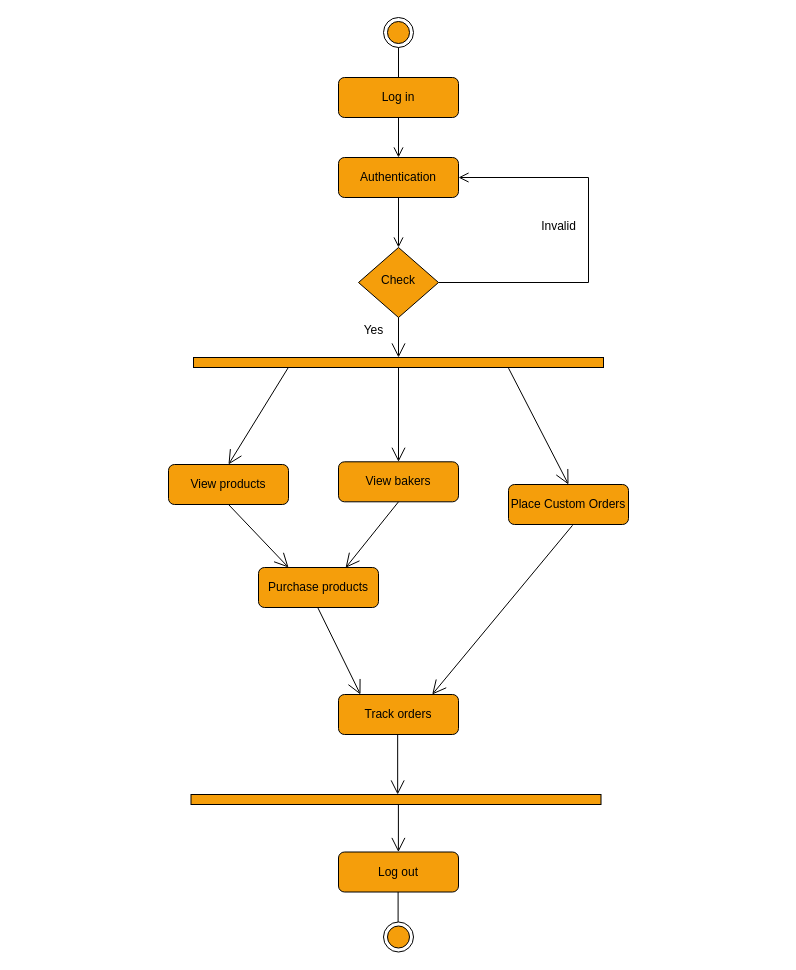
Before: UML/User Activity Diagram.drawio in AnuElizaK/BakeJourney, a draw.io diagram. Source tidied: cells renumbered, new cells numbered last; positions are measured from the earlier drawing's top-left corner, leaving out a move shared by most shapes. Both pictures are drawn from the tidied source at 100%, with x=0, y=0 at pixel (168, 17).
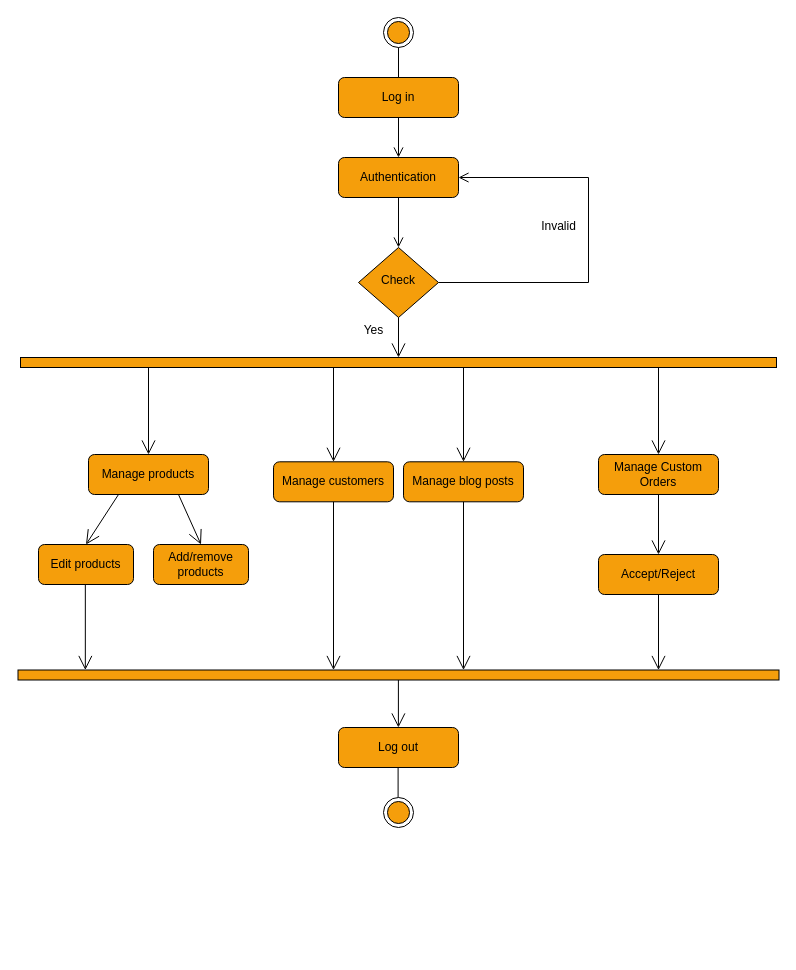
The same page after the edit.

The change refers to these unchanged cells:
```xml
<mxCell id="3" value="&lt;font style=&quot;color: light-dark(rgb(0, 0, 0), rgb(0, 0, 0));&quot;&gt;Log in&lt;/font&gt;" style="rounded=1;whiteSpace=wrap;html=1;fontSize=12;glass=0;strokeWidth=1;shadow=0;fillColor=light-dark(#F59E0B,#F59E0B);strokeColor=light-dark(#000000,#000000);" parent="1" vertex="1">
  <mxGeometry x="170" y="60" width="120" height="40" as="geometry" />
</mxCell>
<mxCell id="5" value="&lt;font style=&quot;color: light-dark(rgb(0, 0, 0), rgb(0, 0, 0));&quot;&gt;Check&lt;/font&gt;" style="rhombus;whiteSpace=wrap;html=1;shadow=0;fontFamily=Helvetica;fontSize=12;align=center;strokeWidth=1;spacing=6;spacingTop=-4;fillColor=light-dark(#F59E0B,#F59E0B);strokeColor=light-dark(#000000,#000000);" parent="1" vertex="1">
  <mxGeometry x="190" y="230" width="80" height="70" as="geometry" />
</mxCell>
```

Diff of the diagram source:
```diff
@@
-<mxGraphModel>
+<mxGraphModel background="light-dark(#FFFFFF,#FFFFFF)">
@@
     <mxCell id="6" value="&lt;font style=&quot;color: light-dark(rgb(0, 0, 0), rgb(0, 0, 0));&quot;&gt;Log out&lt;/font&gt;" style="rounded=1;whiteSpace=wrap;html=1;fontSize=12;glass=0;strokeWidth=1;shadow=0;strokeColor=light-dark(#000000,#000000);fillColor=light-dark(#F59E0B,#F59E0B);" parent="1" vertex="1">
-      <mxGeometry x="170" y="834.5" width="120" height="40" as="geometry" />
+      <mxGeometry x="170" y="710" width="120" height="40" as="geometry" />
     </mxCell>
-    <mxCell id="7" style="ellipse;html=1;shape=endState;fillColor=light-dark(#F59E0B,#F59E0B);strokeColor=light-dark(#000000,#000000);" parent="1" vertex="1">
-      <mxGeometry x="215" width="30" height="30" as="geometry" />
-    </mxCell>
-    <mxCell id="8" style="endArrow=none;html=1;rounded=0;strokeColor=light-dark(#000000,#000000);entryX=0.5;entryY=1;entryDx=0;entryDy=0;exitX=0.5;exitY=0;exitDx=0;exitDy=0;" parent="1" edge="1" source="3" target="7">
-      <mxGeometry relative="1" as="geometry" />
-    </mxCell>
-    <mxCell id="9" style="ellipse;html=1;shape=endState;fillColor=light-dark(#F59E0B,#F59E0B);strokeColor=light-dark(#000000,#000000);" parent="1" vertex="1">
-      <mxGeometry x="215" y="904.5" width="30" height="30" as="geometry" />
-    </mxCell>
+    <mxCell id="31" style="ellipse;html=1;shape=endState;fillColor=light-dark(#F59E0B,#F59E0B);strokeColor=light-dark(#000000,#000000);" parent="1" vertex="1">
+      <mxGeometry x="215" width="30" height="30" as="geometry" />
+    </mxCell>
+    <mxCell id="32" style="endArrow=none;html=1;rounded=0;strokeColor=light-dark(#000000,#000000);entryX=0.5;entryY=1;entryDx=0;entryDy=0;exitX=0.5;exitY=0;exitDx=0;exitDy=0;" parent="1" edge="1" source="3" target="31">
+      <mxGeometry relative="1" as="geometry" />
+    </mxCell>
+    <mxCell id="33" style="ellipse;html=1;shape=endState;fillColor=light-dark(#F59E0B,#F59E0B);strokeColor=light-dark(#000000,#000000);" parent="1" vertex="1">
+      <mxGeometry x="215" y="780" width="30" height="30" as="geometry" />
+    </mxCell>
@@
-    <mxCell id="12" style="html=1;points=[[0,0,0,0,5],[0,1,0,0,-5],[1,0,0,0,5],[1,1,0,0,-5]];perimeter=orthogonalPerimeter;outlineConnect=0;targetShapes=umlLifeline;portConstraint=eastwest;newEdgeStyle={&quot;curved&quot;:0,&quot;rounded&quot;:0};rotation=-90;strokeColor=light-dark(#000000,#000000);fillColor=light-dark(#F59E0B,#F59E0B);" parent="1" vertex="1">
-      <mxGeometry x="225" y="140" width="10" height="410" as="geometry" />
-    </mxCell>
-    <mxCell id="13" value="&lt;font style=&quot;color: light-dark(rgb(0, 0, 0), rgb(0, 0, 0));&quot;&gt;View products&lt;/font&gt;" style="rounded=1;whiteSpace=wrap;html=1;fontSize=12;glass=0;strokeWidth=1;shadow=0;fillColor=light-dark(#F59E0B,#F59E0B);strokeColor=light-dark(#000000,#000000);" parent="1" vertex="1">
-      <mxGeometry y="447" width="120" height="40" as="geometry" />
-    </mxCell>
-    <mxCell id="14" style="endArrow=open;endFill=1;endSize=12;html=1;rounded=0;strokeColor=light-dark(#000000,#000000);entryX=0.5;entryY=0;entryDx=0;entryDy=0;exitX=0.034;exitY=0.378;exitDx=0;exitDy=0;exitPerimeter=0;" parent="1" edge="1" target="13">
-      <mxGeometry relative="1" as="geometry">
-        <mxPoint x="120" y="349.7" as="sourcePoint" />
-      </mxGeometry>
-    </mxCell>
-    <mxCell id="15" style="endArrow=open;endFill=1;endSize=12;html=1;rounded=0;strokeColor=light-dark(#000000,#000000);exitX=0.5;exitY=1;exitDx=0;exitDy=0;entryX=0.25;entryY=0;entryDx=0;entryDy=0;" parent="1" edge="1" source="13" target="16">
-      <mxGeometry relative="1" as="geometry" />
-    </mxCell>
-    <mxCell id="16" value="&lt;font style=&quot;color: light-dark(rgb(0, 0, 0), rgb(0, 0, 0));&quot;&gt;Purchase products&lt;/font&gt;" style="rounded=1;whiteSpace=wrap;html=1;fontSize=12;glass=0;strokeWidth=1;shadow=0;strokeColor=light-dark(#000000,#000000);fillColor=light-dark(#F59E0B,#F59E0B);" parent="1" vertex="1">
-      <mxGeometry x="90" y="550" width="120" height="40" as="geometry" />
-    </mxCell>
-    <mxCell id="17" style="html=1;points=[[0,0,0,0,5],[0,1,0,0,-5],[1,0,0,0,5],[1,1,0,0,-5]];perimeter=orthogonalPerimeter;outlineConnect=0;targetShapes=umlLifeline;portConstraint=eastwest;newEdgeStyle={&quot;curved&quot;:0,&quot;rounded&quot;:0};rotation=-90;strokeColor=light-dark(#000000,#000000);fillColor=light-dark(#F59E0B,#F59E0B);" parent="1" vertex="1">
-      <mxGeometry x="222.5" y="577" width="10" height="410" as="geometry" />
-    </mxCell>
-    <mxCell id="18" style="endArrow=open;endFill=1;endSize=12;html=1;rounded=0;exitX=0.5;exitY=1;exitDx=0;exitDy=0;strokeColor=light-dark(#000000,#000000);" parent="1" edge="1" source="5" target="12">
-      <mxGeometry relative="1" as="geometry" />
-    </mxCell>
-    <mxCell id="19" value="&lt;font style=&quot;color: light-dark(rgb(0, 0, 0), rgb(0, 0, 0));&quot;&gt;Place Custom Orders&lt;/font&gt;" style="rounded=1;whiteSpace=wrap;html=1;fontSize=12;glass=0;strokeWidth=1;shadow=0;fillColor=light-dark(#F59E0B,#F59E0B);strokeColor=light-dark(#000000,#000000);" parent="1" vertex="1">
-      <mxGeometry x="340" y="467" width="120" height="40" as="geometry" />
-    </mxCell>
-    <mxCell id="20" style="endArrow=open;endFill=1;endSize=12;html=1;rounded=0;strokeColor=light-dark(#000000,#000000);entryX=0.5;entryY=0;entryDx=0;entryDy=0;exitX=-0.059;exitY=0.622;exitDx=0;exitDy=0;exitPerimeter=0;" parent="1" edge="1" target="19">
-      <mxGeometry relative="1" as="geometry">
-        <mxPoint x="340" y="350.6" as="sourcePoint" />
-      </mxGeometry>
-    </mxCell>
-    <mxCell id="21" style="endArrow=open;endFill=1;endSize=12;html=1;rounded=0;strokeColor=light-dark(#000000,#000000);exitX=0.534;exitY=1.019;exitDx=0;exitDy=0;exitPerimeter=0;entryX=0.781;entryY=0;entryDx=0;entryDy=0;entryPerimeter=0;" parent="1" edge="1" source="19" target="29">
-      <mxGeometry relative="1" as="geometry" />
-    </mxCell>
+    <mxCell id="34" style="html=1;points=[[0,0,0,0,5],[0,1,0,0,-5],[1,0,0,0,5],[1,1,0,0,-5]];perimeter=orthogonalPerimeter;outlineConnect=0;targetShapes=umlLifeline;portConstraint=eastwest;newEdgeStyle={&quot;curved&quot;:0,&quot;rounded&quot;:0};rotation=-90;strokeColor=light-dark(#000000,#000000);fillColor=light-dark(#F59E0B,#F59E0B);" parent="1" vertex="1">
+      <mxGeometry x="225" y="-33" width="10" height="756" as="geometry" />
+    </mxCell>
+    <mxCell id="35" value="&lt;font style=&quot;color: light-dark(rgb(0, 0, 0), rgb(0, 0, 0));&quot;&gt;Manage products&lt;/font&gt;" style="rounded=1;whiteSpace=wrap;html=1;fontSize=12;glass=0;strokeWidth=1;shadow=0;fillColor=light-dark(#F59E0B,#F59E0B);strokeColor=light-dark(#000000,#000000);" parent="1" vertex="1">
+      <mxGeometry x="-80" y="437" width="120" height="40" as="geometry" />
+    </mxCell>
+    <mxCell id="36" style="endArrow=open;endFill=1;endSize=12;html=1;rounded=0;strokeColor=light-dark(#000000,#000000);entryX=0.5;entryY=0;entryDx=0;entryDy=0;" parent="1" edge="1" source="34" target="35">
+      <mxGeometry relative="1" as="geometry" />
+    </mxCell>
+    <mxCell id="37" style="endArrow=open;endFill=1;endSize=12;html=1;rounded=0;strokeColor=light-dark(#000000,#000000);exitX=0.25;exitY=1;exitDx=0;exitDy=0;entryX=0.5;entryY=0;entryDx=0;entryDy=0;" parent="1" edge="1" source="35" target="38">
+      <mxGeometry relative="1" as="geometry" />
+    </mxCell>
+    <mxCell id="38" value="&lt;font style=&quot;color: light-dark(rgb(0, 0, 0), rgb(0, 0, 0));&quot;&gt;Edit products&lt;/font&gt;" style="rounded=1;whiteSpace=wrap;html=1;fontSize=12;glass=0;strokeWidth=1;shadow=0;strokeColor=light-dark(#000000,#000000);fillColor=light-dark(#F59E0B,#F59E0B);" parent="1" vertex="1">
+      <mxGeometry x="-130" y="527" width="95" height="40" as="geometry" />
+    </mxCell>
+    <mxCell id="39" style="html=1;points=[[0,0,0,0,5],[0,1,0,0,-5],[1,0,0,0,5],[1,1,0,0,-5]];perimeter=orthogonalPerimeter;outlineConnect=0;targetShapes=umlLifeline;portConstraint=eastwest;newEdgeStyle={&quot;curved&quot;:0,&quot;rounded&quot;:0};rotation=-90;strokeColor=light-dark(#000000,#000000);fillColor=light-dark(#F59E0B,#F59E0B);" parent="1" vertex="1">
+      <mxGeometry x="225" y="277" width="10" height="761" as="geometry" />
+    </mxCell>
+    <mxCell id="40" style="endArrow=open;endFill=1;endSize=12;html=1;rounded=0;exitX=0.5;exitY=1;exitDx=0;exitDy=0;strokeColor=light-dark(#000000,#000000);" parent="1" edge="1" source="5" target="34">
+      <mxGeometry relative="1" as="geometry" />
+    </mxCell>
+    <mxCell id="41" value="&lt;font style=&quot;color: light-dark(rgb(0, 0, 0), rgb(0, 0, 0));&quot;&gt;Manage Custom Orders&lt;/font&gt;" style="rounded=1;whiteSpace=wrap;html=1;fontSize=12;glass=0;strokeWidth=1;shadow=0;fillColor=light-dark(#F59E0B,#F59E0B);strokeColor=light-dark(#000000,#000000);" parent="1" vertex="1">
+      <mxGeometry x="430" y="437" width="120" height="40" as="geometry" />
+    </mxCell>
+    <mxCell id="42" style="endArrow=open;endFill=1;endSize=12;html=1;rounded=0;strokeColor=light-dark(#000000,#000000);entryX=0.5;entryY=0;entryDx=0;entryDy=0;" parent="1" edge="1" source="34" target="41">
+      <mxGeometry relative="1" as="geometry" />
+    </mxCell>
+    <mxCell id="43" style="endArrow=open;endFill=1;endSize=12;html=1;rounded=0;strokeColor=light-dark(#000000,#000000);exitX=0.5;exitY=1;exitDx=0;exitDy=0;entryX=0.5;entryY=0;entryDx=0;entryDy=0;" parent="1" edge="1" source="41" target="52">
+      <mxGeometry relative="1" as="geometry" />
+    </mxCell>
@@
-    <mxCell id="23" style="endArrow=none;html=1;rounded=0;strokeColor=light-dark(#000000,#000000);entryX=0.5;entryY=1;entryDx=0;entryDy=0;exitX=0.5;exitY=0;exitDx=0;exitDy=0;" parent="1" edge="1">
-      <mxGeometry relative="1" as="geometry">
-        <mxPoint x="229.6" y="904.5" as="sourcePoint" />
-        <mxPoint x="229.6" y="874.5" as="targetPoint" />
-      </mxGeometry>
-    </mxCell>
-    <mxCell id="24" style="endArrow=open;endFill=1;endSize=12;html=1;rounded=0;strokeColor=light-dark(#000000,#000000);entryX=0.183;entryY=0;entryDx=0;entryDy=0;entryPerimeter=0;exitX=0.493;exitY=0.997;exitDx=0;exitDy=0;exitPerimeter=0;" parent="1" edge="1" source="16" target="29">
-      <mxGeometry relative="1" as="geometry" />
-    </mxCell>
-    <mxCell id="25" style="endArrow=open;endFill=1;endSize=12;html=1;rounded=0;strokeColor=light-dark(#000000,#000000);" parent="1" edge="1" source="17">
-      <mxGeometry relative="1" as="geometry">
-        <mxPoint x="229.9" y="834.5" as="targetPoint" />
-      </mxGeometry>
-    </mxCell>
-    <mxCell id="26" value="&lt;font style=&quot;color: light-dark(rgb(0, 0, 0), rgb(0, 0, 0));&quot;&gt;View bakers&lt;/font&gt;" style="rounded=1;whiteSpace=wrap;html=1;fontSize=12;glass=0;strokeWidth=1;shadow=0;fillColor=light-dark(#F59E0B,#F59E0B);strokeColor=light-dark(#000000,#000000);" parent="1" vertex="1">
-      <mxGeometry x="170" y="444.3" width="120" height="40" as="geometry" />
-    </mxCell>
-    <mxCell id="27" style="endArrow=open;endFill=1;endSize=12;html=1;rounded=0;strokeColor=light-dark(#000000,#000000);entryX=0.5;entryY=0;entryDx=0;entryDy=0;" parent="1" edge="1" target="26">
-      <mxGeometry relative="1" as="geometry">
-        <mxPoint x="230" y="350" as="sourcePoint" />
-      </mxGeometry>
-    </mxCell>
-    <mxCell id="28" style="endArrow=open;endFill=1;endSize=12;html=1;rounded=0;strokeColor=light-dark(#000000,#000000);exitX=0.5;exitY=1;exitDx=0;exitDy=0;entryX=0.726;entryY=0.007;entryDx=0;entryDy=0;entryPerimeter=0;" parent="1" edge="1" source="26" target="16">
-      <mxGeometry relative="1" as="geometry" />
-    </mxCell>
-    <mxCell id="29" value="&lt;font style=&quot;color: light-dark(rgb(0, 0, 0), rgb(0, 0, 0));&quot;&gt;Track orders&lt;/font&gt;" style="rounded=1;whiteSpace=wrap;html=1;fontSize=12;glass=0;strokeWidth=1;shadow=0;strokeColor=light-dark(#000000,#000000);fillColor=light-dark(#F59E0B,#F59E0B);" parent="1" vertex="1">
-      <mxGeometry x="170" y="677" width="120" height="40" as="geometry" />
-    </mxCell>
-    <mxCell id="30" style="endArrow=open;endFill=1;endSize=12;html=1;rounded=0;strokeColor=light-dark(#000000,#000000);exitX=0.493;exitY=0.997;exitDx=0;exitDy=0;exitPerimeter=0;" parent="1" edge="1" source="29" target="17">
-      <mxGeometry relative="1" as="geometry" />
-    </mxCell>
+    <mxCell id="44" style="endArrow=none;html=1;rounded=0;strokeColor=light-dark(#000000,#000000);entryX=0.5;entryY=1;entryDx=0;entryDy=0;exitX=0.5;exitY=0;exitDx=0;exitDy=0;" parent="1" edge="1">
+      <mxGeometry relative="1" as="geometry">
+        <mxPoint x="229.6" y="780" as="sourcePoint" />
+        <mxPoint x="229.6" y="750" as="targetPoint" />
+      </mxGeometry>
+    </mxCell>
+    <mxCell id="45" style="endArrow=open;endFill=1;endSize=12;html=1;rounded=0;strokeColor=light-dark(#000000,#000000);exitX=0.493;exitY=0.997;exitDx=0;exitDy=0;exitPerimeter=0;" parent="1" edge="1" source="38" target="39">
+      <mxGeometry relative="1" as="geometry" />
+    </mxCell>
+    <mxCell id="46" style="endArrow=open;endFill=1;endSize=12;html=1;rounded=0;strokeColor=light-dark(#000000,#000000);" parent="1" edge="1" source="39">
+      <mxGeometry relative="1" as="geometry">
+        <mxPoint x="229.9" y="710" as="targetPoint" />
+      </mxGeometry>
+    </mxCell>
+    <mxCell id="47" value="&lt;font style=&quot;color: light-dark(rgb(0, 0, 0), rgb(0, 0, 0));&quot;&gt;Manage customers&lt;/font&gt;" style="rounded=1;whiteSpace=wrap;html=1;fontSize=12;glass=0;strokeWidth=1;shadow=0;fillColor=light-dark(#F59E0B,#F59E0B);strokeColor=light-dark(#000000,#000000);" parent="1" vertex="1">
+      <mxGeometry x="105" y="444.3" width="120" height="40" as="geometry" />
+    </mxCell>
+    <mxCell id="48" style="endArrow=open;endFill=1;endSize=12;html=1;rounded=0;strokeColor=light-dark(#000000,#000000);entryX=0.5;entryY=0;entryDx=0;entryDy=0;" parent="1" edge="1" target="47">
+      <mxGeometry relative="1" as="geometry">
+        <mxPoint x="165" y="350" as="sourcePoint" />
+      </mxGeometry>
+    </mxCell>
+    <mxCell id="49" style="endArrow=open;endFill=1;endSize=12;html=1;rounded=0;strokeColor=light-dark(#000000,#000000);exitX=0.5;exitY=1;exitDx=0;exitDy=0;" parent="1" edge="1" source="47">
+      <mxGeometry relative="1" as="geometry">
+        <mxPoint x="165" y="652.5" as="targetPoint" />
+      </mxGeometry>
+    </mxCell>
+    <mxCell id="50" value="&lt;font style=&quot;color: light-dark(rgb(0, 0, 0), rgb(0, 0, 0));&quot;&gt;Add/remove products&lt;/font&gt;" style="rounded=1;whiteSpace=wrap;html=1;fontSize=12;glass=0;strokeWidth=1;shadow=0;strokeColor=light-dark(#000000,#000000);fillColor=light-dark(#F59E0B,#F59E0B);" parent="1" vertex="1">
+      <mxGeometry x="-15" y="527" width="95" height="40" as="geometry" />
+    </mxCell>
+    <mxCell id="51" style="endArrow=open;endFill=1;endSize=12;html=1;rounded=0;strokeColor=light-dark(#000000,#000000);exitX=0.75;exitY=1;exitDx=0;exitDy=0;entryX=0.5;entryY=0;entryDx=0;entryDy=0;" parent="1" edge="1" source="35" target="50">
+      <mxGeometry relative="1" as="geometry" />
+    </mxCell>
+    <mxCell id="52" value="&lt;font style=&quot;color: light-dark(rgb(0, 0, 0), rgb(0, 0, 0));&quot;&gt;Accept/Reject&lt;/font&gt;" style="rounded=1;whiteSpace=wrap;html=1;fontSize=12;glass=0;strokeWidth=1;shadow=0;fillColor=light-dark(#F59E0B,#F59E0B);strokeColor=light-dark(#000000,#000000);" parent="1" vertex="1">
+      <mxGeometry x="430" y="537" width="120" height="40" as="geometry" />
+    </mxCell>
+    <mxCell id="53" style="endArrow=open;endFill=1;endSize=12;html=1;rounded=0;strokeColor=light-dark(#000000,#000000);exitX=0.468;exitY=1.005;exitDx=0;exitDy=0;exitPerimeter=0;" parent="1" edge="1" target="39">
+      <mxGeometry relative="1" as="geometry">
+        <mxPoint x="490" y="577" as="sourcePoint" />
+      </mxGeometry>
+    </mxCell>
+    <mxCell id="54" value="&lt;font style=&quot;color: light-dark(rgb(0, 0, 0), rgb(0, 0, 0));&quot;&gt;Manage blog posts&lt;/font&gt;" style="rounded=1;whiteSpace=wrap;html=1;fontSize=12;glass=0;strokeWidth=1;shadow=0;fillColor=light-dark(#F59E0B,#F59E0B);strokeColor=light-dark(#000000,#000000);" parent="1" vertex="1">
+      <mxGeometry x="235" y="444.3" width="120" height="40" as="geometry" />
+    </mxCell>
+    <mxCell id="55" style="endArrow=open;endFill=1;endSize=12;html=1;rounded=0;strokeColor=light-dark(#000000,#000000);entryX=0.5;entryY=0;entryDx=0;entryDy=0;" parent="1" edge="1" source="34" target="54">
+      <mxGeometry relative="1" as="geometry" />
+    </mxCell>
+    <mxCell id="56" style="endArrow=open;endFill=1;endSize=12;html=1;rounded=0;strokeColor=light-dark(#000000,#000000);exitX=0.5;exitY=1;exitDx=0;exitDy=0;" parent="1" edge="1" source="54" target="39">
+      <mxGeometry relative="1" as="geometry" />
+    </mxCell>
```
